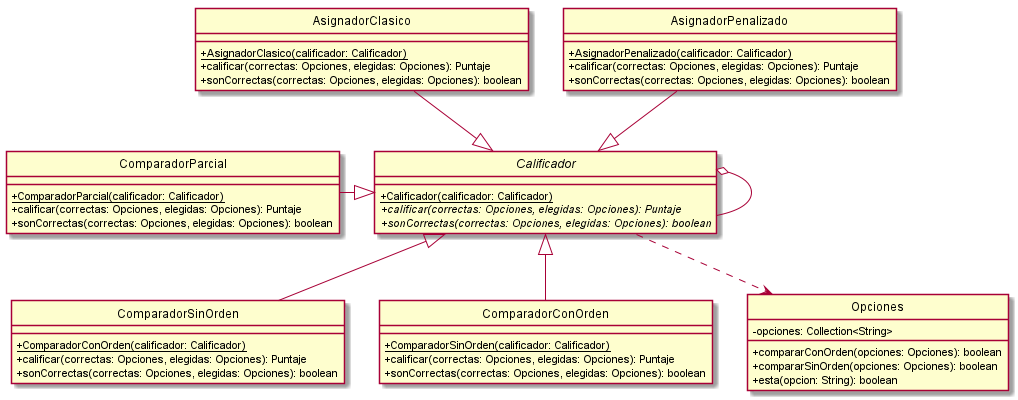
Alex1161/TP2 keeps this PlantUML diagram as src/main/java/edu/fiuba/algo3/Diagramas/png/DC/Calificador.png. Above is the earlier version. Source of this version:
```plantuml
@startuml
hide circle
skinparam classAttributeIconSize 0

Abstract Calificador{
    +{static}Calificador(calificador: Calificador)
    +{abstract}calificar(correctas: Opciones, elegidas: Opciones): Puntaje
    +{abstract}sonCorrectas(correctas: Opciones, elegidas: Opciones): boolean
}

Class ComparadorSinOrden{
    +{static}ComparadorConOrden(calificador: Calificador)
    +calificar(correctas: Opciones, elegidas: Opciones): Puntaje
    +sonCorrectas(correctas: Opciones, elegidas: Opciones): boolean
}

Class ComparadorConOrden{
    +{static}ComparadorSinOrden(calificador: Calificador)
    +calificar(correctas: Opciones, elegidas: Opciones): Puntaje
    +sonCorrectas(correctas: Opciones, elegidas: Opciones): boolean
}

Class ComparadorParcial{
    +{static}ComparadorParcial(calificador: Calificador)
    +calificar(correctas: Opciones, elegidas: Opciones): Puntaje
    +sonCorrectas(correctas: Opciones, elegidas: Opciones): boolean
}

Class AsignadorClasico{
    +{static}AsignadorClasico(calificador: Calificador)
    +calificar(correctas: Opciones, elegidas: Opciones): Puntaje
    +sonCorrectas(correctas: Opciones, elegidas: Opciones): boolean
}

Class AsignadorPenalizado{
    +{static}AsignadorPenalizado(calificador: Calificador)
    +calificar(correctas: Opciones, elegidas: Opciones): Puntaje
    +sonCorrectas(correctas: Opciones, elegidas: Opciones): boolean
}

Class Opciones{
    -opciones: Collection<String>
    +compararConOrden(opciones: Opciones): boolean
    +compararSinOrden(opciones: Opciones): boolean
    +esta(opcion: String): boolean
}

Calificador ..> Opciones
Calificador o-- Calificador
ComparadorConOrden -up-|> Calificador
ComparadorSinOrden -up-|> Calificador
ComparadorParcial -right-|> Calificador
AsignadorClasico --|> Calificador
AsignadorPenalizado --|> Calificador

@enduml
```
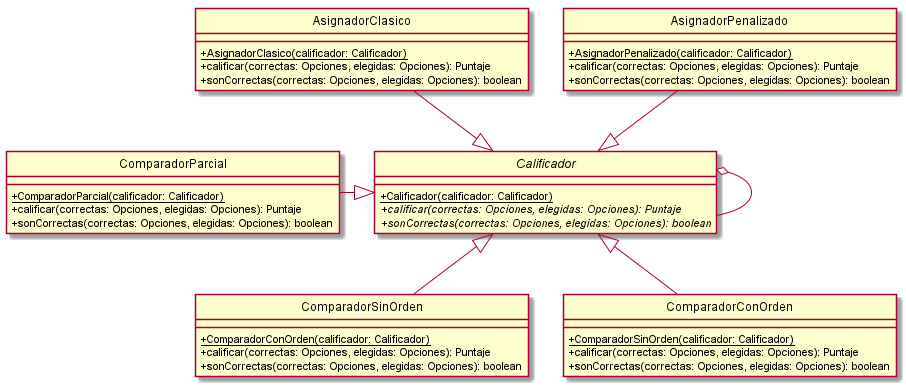
After the change.

Diff of the diagram source:
```diff
@@ -38,14 +38,6 @@
     +sonCorrectas(correctas: Opciones, elegidas: Opciones): boolean
 }
 
-Class Opciones{
-    -opciones: Collection<String>
-    +compararConOrden(opciones: Opciones): boolean
-    +compararSinOrden(opciones: Opciones): boolean
-    +esta(opcion: String): boolean
-}
-
-Calificador ..> Opciones
 Calificador o-- Calificador
 ComparadorConOrden -up-|> Calificador
 ComparadorSinOrden -up-|> Calificador
```
